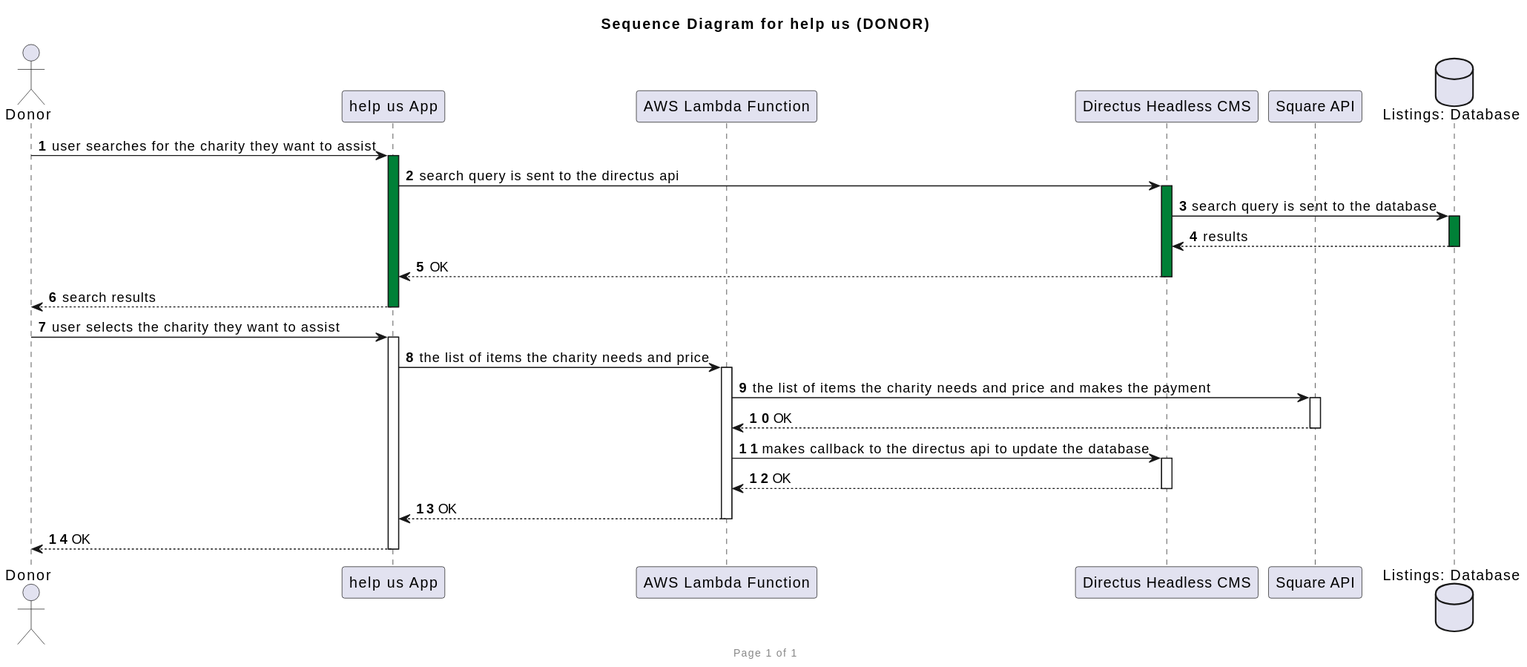
Earlier version of the PlantUML export diagrams/sequence_diagram_donor.svg (help-us-app/help-us-architecture-diagrams).
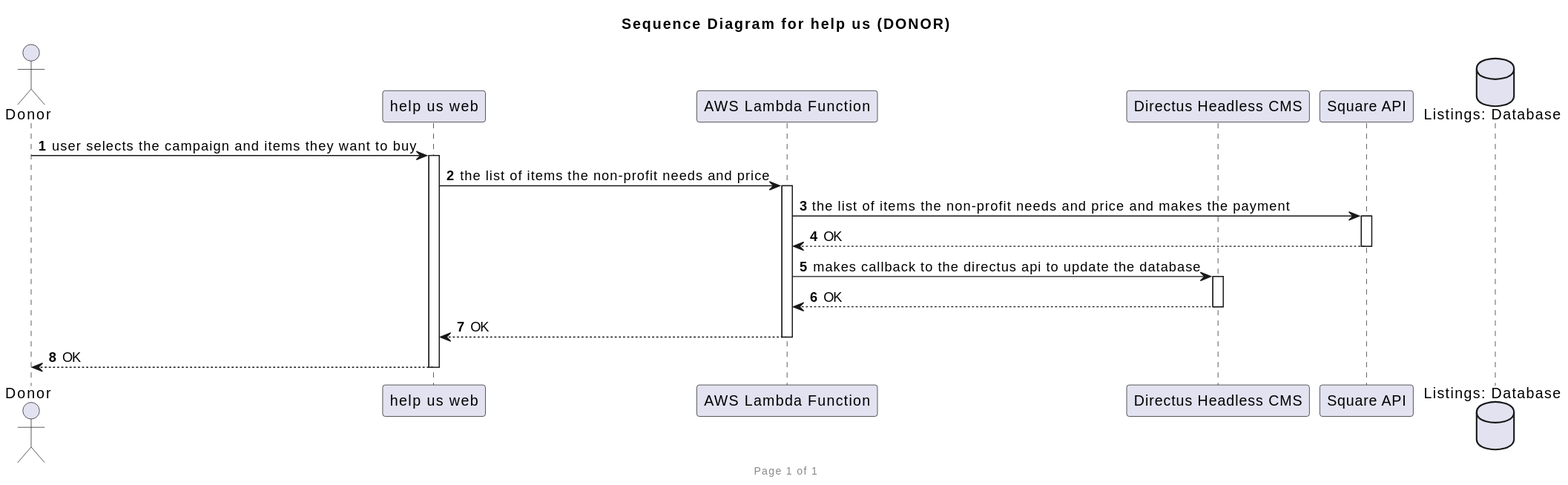
After the commit.

What changed in the source:
```diff
@@ -7,7 +7,7 @@
 
 actor Donor as donor
 
-participant "help us App" as help_us_app
+participant "help us web" as help_us_web
 
 participant "AWS Lambda Function" as api_lambda
 
@@ -18,23 +18,11 @@
 database "Listings: Database" as db_listings
 
 
-donor -> help_us_app #008037 : user searches for the charity they want to assist
+donor -> help_us_web : user selects the campaign and items they want to buy
 
-help_us_app -> api_directus #008037 : search query is sent to the directus api
+help_us_web -> api_lambda : the list of items the non-profit needs and price
 
-api_directus -> db_listings #008037 : search query is sent to the database
-
-return results
-
-return OK
-
-return search results
-
-donor -> help_us_app : user selects the charity they want to assist
-
-help_us_app -> api_lambda : the list of items the charity needs and price
-
-api_lambda -> boundary_square_api : the list of items the charity needs and price and makes the payment
+api_lambda -> boundary_square_api : the list of items the non-profit needs and price and makes the payment
 
 return OK
 
```
